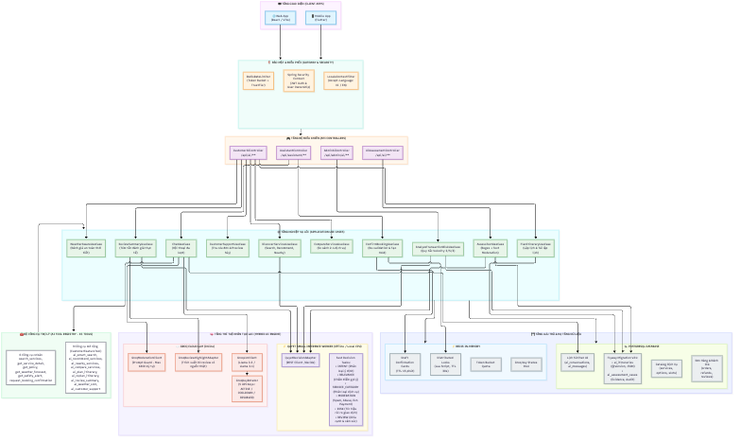
Before: docs/BE_WorkFlows/AI/AI_Hybrid_Architecture.png, a diagram exported from Mermaid (capkimkhanh2k5/PBL6_HTTT). Its source is kept beside it as docs/BE_WorkFlows/AI/codeFlows/AI_Hybrid_Architecture.mmd. Source of this version:
```mermaid
graph TB

    subgraph ClientLayer["🖥️ TẦNG GIAO DIỆN (CLIENT APPS)"]
        WebClient["🌐 Web App (React / Vite)"]
        MobileClient["📱 Mobile App (Flutter)"]
    end

    subgraph SecurityGateway["🛡️ BẢO MẬT & ĐIỀU PHỐI (GATEWAY & SECURITY)"]
        SecurityContext["Spring Security Context<br/>(JWT Auth & User Ownership)"]
        LocaleContextFilter["LocaleContextFilter<br/>(Accept-Language: VI / EN)"]
        RateLimiter["RedisRateLimiter<br/>(Token Bucket + TrustTier)"]
    end

    subgraph ControllerLayer["🎮 TẦNG BỘ ĐIỀU KHIỂN (API CONTROLLERS)"]
        AssistantCtrl["AssistantController<br/>/api/assistant/**"]
        CustomerAiCtrl["CustomerAiController<br/>/api/ai/**"]
        AssessmentCtrl["AiAssessmentController<br/>/api/ai/**"]
        AdminAiCtrl["AdminAiController<br/>/api/admin/ai/**"]
    end

    subgraph CoreApplicationLayer["⚙️ TẦNG NGHIỆP VỤ LÕI (APPLICATION USE CASES)"]
        ChatUC["ChatUseCase<br/>(Hội thoại đa lượt)"]
        DiscoveryUC["DiscoverServicesUseCase<br/>(Search, Recommend, Nearby)"]
        ItineraryUC["PlanItineraryUseCase<br/>(Lập lịch & Tái lập lịch)"]
        ComparisonUC["CompareServicesUseCase<br/>(So sánh 2-4 dịch vụ)"]
        ReviewUC["ReviewSummaryUseCase<br/>(Tóm tắt đánh giá thực tế)"]
        WeatherUC["WeatherAwareUseCase<br/>(Đánh giá an toàn thời tiết)"]
        SupportUC["CustomerSupportUseCase<br/>(Tra cứu đơn & Preview hủy)"]
        AssessTextUC["AssessTextUseCase<br/>(Regex + Text Moderation)"]
        RiskUC["AnalyzeTransactionRiskUseCase<br/>(Quy tắc Velocity 3/5/3)"]
        ConfirmBookingUC["ConfirmBookingUseCase<br/>(Re-validation & Tạo Hold)"]
    end

    subgraph ToolRegistryLayer["🧰 BỘ CÔNG CỤ TRỢ LÝ (AI TOOL REGISTRY - 15 TOOLS)"]
        LegacyTools["6 Công cụ cơ bản<br/>search_services, get_service_detail,<br/>get_policy, get_weather_forecast,<br/>get_safety_alert, request_booking_confirmation"]
        CustomerTools["9 Công cụ mở rộng (CustomerFeatureTool)<br/>ai_smart_search, ai_recommend_services,<br/>ai_nearby_services, ai_compare_services,<br/>ai_plan_itinerary, ai_replan_itinerary,<br/>ai_review_summary, ai_weather_slot,<br/>ai_customer_support"]
    end

    subgraph AiInferenceLayer["🧠 TẦNG TRÍ TUỆ NHÂN TẠO LAI (HYBRID AI ENGINE)"]
        subgraph GroqCloud["☁️ GROQ CLOUD LLM (Online)"]
            GroqClient["GroqLlmClient<br/>(Llama 3.3 / Llama 3.1)"]
            GroqRotator["GroqKeyRotator<br/>(5 API Keys: ACTIVE / COOLDOWN / DISABLED)"]
            GroqModeration["GroqModerationClient<br/>(Prompt Guard - Max 1800 ký tự)"]
            GroqHighlight["GroqReviewHighlightAdapter<br/>(Trích xuất ID review có nguồn thật)"]
        end

        subgraph QuyetLocal["⚡ QUYET SMALL INFERENCE WORKER (Offline / Local CPU)"]
            QuyetClient["QuyetDecisionAdapter<br/>(REST Client /decide)"]
            QuyetTasks["Fast Decision Tasks:<br/>• INTENT (Phân loại ý định)<br/>• RELEVANCE (Chấm điểm gợi ý)<br/>• SERVICE_CATEGORY (Phân loại dịch vụ)<br/>• MODERATION (Spam, Abuse, Ext. Payment)<br/>• RISK (Tín hiệu rủi ro giao dịch)<br/>• REVIEW (Khía cạnh & cảm xúc)"]
        end
    end

    subgraph StorageLayer["💾 TẦNG LƯU TRỮ & HẠ TẦNG DỮ LIỆU"]
        subgraph PostgreSQL["🐘 POSTGRESQL DATABASE"]
        DB_Services["Catalog Dịch Vụ<br/>(services, options, slots)"]
        DB_Orders["Đơn Hàng & Đánh Giá<br/>(orders, refunds, reviews)"]
        DB_Conversations["Lịch Sử Chat AI<br/>(ai_conversations, ai_messages)"]
        DB_V21["Flyway Migration V21:<br/>• ai_itineraries (@Version, JSON)<br/>• ai_assessment_cases (Evidence, Audit)"]
    end

        subgraph RedisCache["⚡ REDIS IN-MEMORY"]
            Redis_Rate["Token Bucket Quota"]
            Redis_Cards["Draft Confirmation Cards<br/>(TTL 15 phút)"]
            Redis_Locks["Distributed Locks<br/>(Lua Script, TTL 30s)"]
            Redis_Keys["Groq Key States Pool"]
        end
    end

    WebClient --> SecurityGateway
    MobileClient --> SecurityGateway
    SecurityGateway --> ControllerLayer

    AssistantCtrl --> ChatUC
    AssistantCtrl --> ConfirmBookingUC
    CustomerAiCtrl --> DiscoveryUC
    CustomerAiCtrl --> ItineraryUC
    CustomerAiCtrl --> ComparisonUC
    CustomerAiCtrl --> ReviewUC
    CustomerAiCtrl --> WeatherUC
    CustomerAiCtrl --> SupportUC
    AssessmentCtrl --> AssessTextUC
    AdminAiCtrl --> RiskUC

    ChatUC --> GroqModeration
    ChatUC --> GroqClient
    ChatUC --> ToolRegistryLayer
    GroqClient --> GroqRotator

    ToolRegistryLayer --> CoreApplicationLayer
    DiscoveryUC --> QuyetClient
    AssessTextUC --> QuyetClient
    RiskUC --> QuyetClient
    ReviewUC --> QuyetClient
    ReviewUC --> GroqHighlight

    CoreApplicationLayer --> PostgreSQL
    CoreApplicationLayer --> RedisCache
    ConfirmBookingUC --> Redis_Cards
    ConfirmBookingUC --> Redis_Locks
    ChatUC --> DB_Conversations
    ItineraryUC --> DB_V21
    AssessTextUC --> DB_V21
    RiskUC --> DB_V21

    classDef client fill:#e1f5fe,stroke:#0288d1,stroke-width:2px;
    classDef security fill:#fff3e0,stroke:#f57c00,stroke-width:2px;
    classDef controller fill:#f3e5f5,stroke:#7b1fa2,stroke-width:2px;
    classDef core fill:#e8f5e9,stroke:#388e3c,stroke-width:2px;
    classDef groq fill:#fbe9e7,stroke:#d84315,stroke-width:2px;
    classDef quyet fill:#ede7f6,stroke:#512da8,stroke-width:2px;
    classDef storage fill:#eceff1,stroke:#455a64,stroke-width:2px;

    class WebClient,MobileClient client;
    class SecurityContext,LocaleContextFilter,RateLimiter security;
    class AssistantCtrl,CustomerAiCtrl,AssessmentCtrl,AdminAiCtrl controller;
    class ChatUC,DiscoveryUC,ItineraryUC,ComparisonUC,ReviewUC,WeatherUC,SupportUC,AssessTextUC,RiskUC,ConfirmBookingUC core;
    class GroqClient,GroqRotator,GroqModeration,GroqHighlight groq;
    class QuyetClient,QuyetTasks quyet;
    class DB_Services,DB_Orders,DB_Conversations,DB_V21,Redis_Rate,Redis_Cards,Redis_Locks,Redis_Keys storage;
```
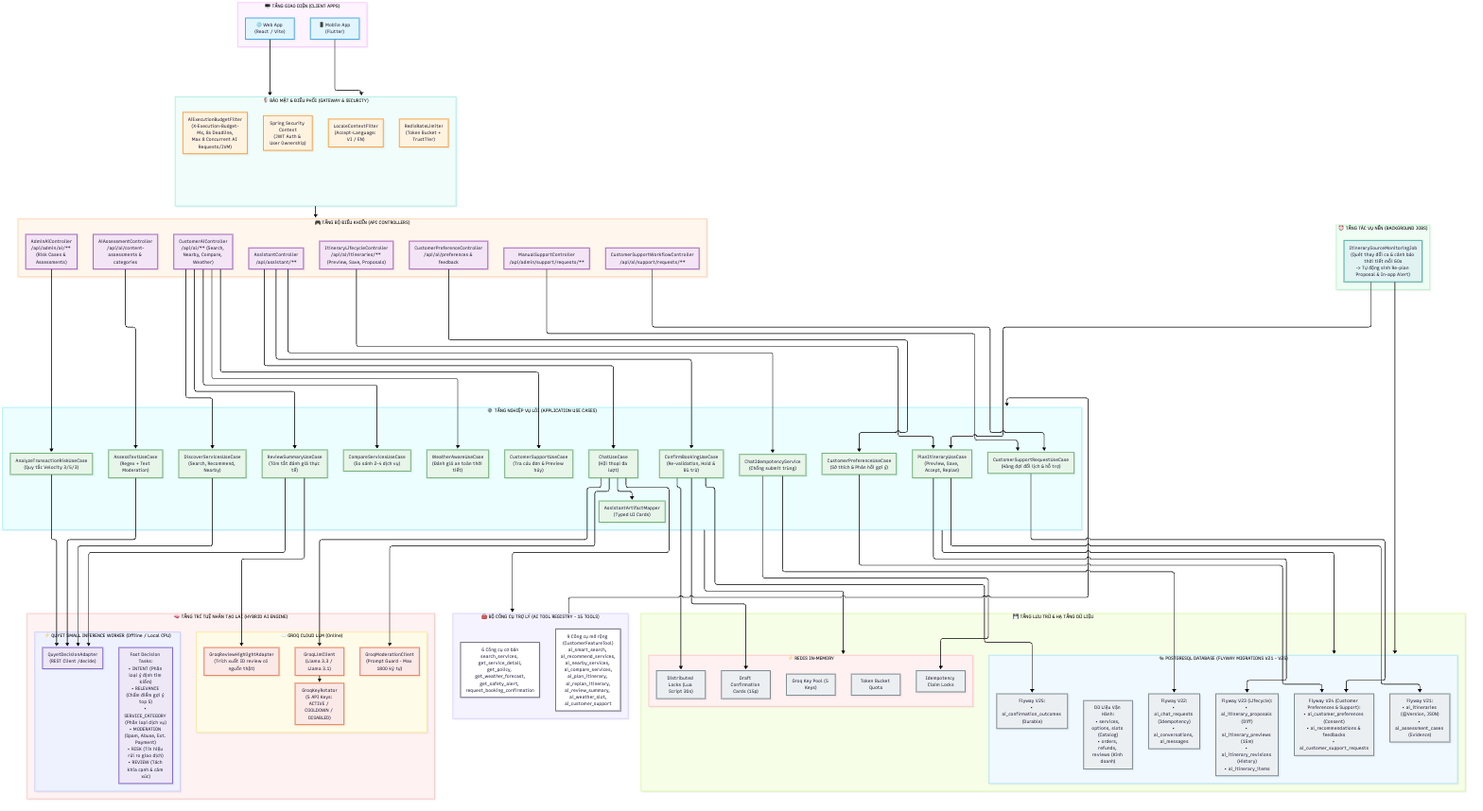
After the change.

Change to the diagram source:
```diff
@@ -7,28 +7,41 @@
 
     subgraph SecurityGateway["🛡️ BẢO MẬT & ĐIỀU PHỐI (GATEWAY & SECURITY)"]
         SecurityContext["Spring Security Context<br/>(JWT Auth & User Ownership)"]
-        LocaleContextFilter["LocaleContextFilter<br/>(Accept-Language: VI / EN)"]
+        LocaleFilter["LocaleContextFilter<br/>(Accept-Language: VI / EN)"]
+        BudgetFilter["AiExecutionBudgetFilter<br/>(X-Execution-Budget-Ms, 8s Deadline,<br/>Max 8 Concurrent AI Requests/JVM)"]
         RateLimiter["RedisRateLimiter<br/>(Token Bucket + TrustTier)"]
     end
 
     subgraph ControllerLayer["🎮 TẦNG BỘ ĐIỀU KHIỂN (API CONTROLLERS)"]
         AssistantCtrl["AssistantController<br/>/api/assistant/**"]
-        CustomerAiCtrl["CustomerAiController<br/>/api/ai/**"]
-        AssessmentCtrl["AiAssessmentController<br/>/api/ai/**"]
-        AdminAiCtrl["AdminAiController<br/>/api/admin/ai/**"]
+        CustomerAiCtrl["CustomerAiController<br/>/api/ai/** (Search, Nearby, Compare, Weather)"]
+        ItineraryCtrl["ItineraryLifecycleController<br/>/api/ai/itineraries/** (Preview, Save, Proposals)"]
+        PrefCtrl["CustomerPreferenceController<br/>/api/ai/preferences & feedback"]
+        SupportWorkflowCtrl["CustomerSupportWorkflowController<br/>/api/ai/support/requests/**"]
+        AssessmentCtrl["AiAssessmentController<br/>/api/ai/content-assessments & categories"]
+        AdminAiCtrl["AdminAiController<br/>/api/admin/ai/** (Risk Cases & Assessments)"]
+        ManualSupportCtrl["ManualSupportController<br/>/api/admin/support/requests/**"]
     end
 
     subgraph CoreApplicationLayer["⚙️ TẦNG NGHIỆP VỤ LÕI (APPLICATION USE CASES)"]
         ChatUC["ChatUseCase<br/>(Hội thoại đa lượt)"]
+        IdemService["ChatIdempotencyService<br/>(Chống submit trùng)"]
+        ArtifactMapper["AssistantArtifactMapper<br/>(Typed UI Cards)"]
         DiscoveryUC["DiscoverServicesUseCase<br/>(Search, Recommend, Nearby)"]
-        ItineraryUC["PlanItineraryUseCase<br/>(Lập lịch & Tái lập lịch)"]
+        ItineraryUC["PlanItineraryUseCase<br/>(Preview, Save, Accept, Replan)"]
         ComparisonUC["CompareServicesUseCase<br/>(So sánh 2-4 dịch vụ)"]
         ReviewUC["ReviewSummaryUseCase<br/>(Tóm tắt đánh giá thực tế)"]
         WeatherUC["WeatherAwareUseCase<br/>(Đánh giá an toàn thời tiết)"]
         SupportUC["CustomerSupportUseCase<br/>(Tra cứu đơn & Preview hủy)"]
+        SupportRequestUC["CustomerSupportRequestUseCase<br/>(Hàng đợi đổi lịch & hỗ trợ)"]
+        PrefUC["CustomerPreferenceUseCase<br/>(Sở thích & Phản hồi gợi ý)"]
         AssessTextUC["AssessTextUseCase<br/>(Regex + Text Moderation)"]
         RiskUC["AnalyzeTransactionRiskUseCase<br/>(Quy tắc Velocity 3/5/3)"]
-        ConfirmBookingUC["ConfirmBookingUseCase<br/>(Re-validation & Tạo Hold)"]
+        ConfirmBookingUC["ConfirmBookingUseCase<br/>(Re-validation, Hold & Bù trừ)"]
+    end
+
+    subgraph BackgroundJobsLayer["⏰ TẦNG TÁC VỤ NỀN (BACKGROUND JOBS)"]
+        MonitoringJob["ItinerarySourceMonitoringJob<br/>(Quét thay đổi ca & cảnh báo thời tiết mỗi 60s<br/>-> Tự động sinh Re-plan Proposal & In-app Alert)"]
     end
 
     subgraph ToolRegistryLayer["🧰 BỘ CÔNG CỤ TRỢ LÝ (AI TOOL REGISTRY - 15 TOOLS)"]
@@ -46,23 +59,26 @@
 
         subgraph QuyetLocal["⚡ QUYET SMALL INFERENCE WORKER (Offline / Local CPU)"]
             QuyetClient["QuyetDecisionAdapter<br/>(REST Client /decide)"]
-            QuyetTasks["Fast Decision Tasks:<br/>• INTENT (Phân loại ý định)<br/>• RELEVANCE (Chấm điểm gợi ý)<br/>• SERVICE_CATEGORY (Phân loại dịch vụ)<br/>• MODERATION (Spam, Abuse, Ext. Payment)<br/>• RISK (Tín hiệu rủi ro giao dịch)<br/>• REVIEW (Khía cạnh & cảm xúc)"]
+            QuyetTasks["Fast Decision Tasks:<br/>• INTENT (Phân loại ý định tìm kiếm)<br/>• RELEVANCE (Chấm điểm gợi ý top 5)<br/>• SERVICE_CATEGORY (Phân loại dịch vụ)<br/>• MODERATION (Spam, Abuse, Ext. Payment)<br/>• RISK (Tín hiệu rủi ro giao dịch)<br/>• REVIEW (Tách khía cạnh & cảm xúc)"]
         end
     end
 
     subgraph StorageLayer["💾 TẦNG LƯU TRỮ & HẠ TẦNG DỮ LIỆU"]
-        subgraph PostgreSQL["🐘 POSTGRESQL DATABASE"]
-        DB_Services["Catalog Dịch Vụ<br/>(services, options, slots)"]
-        DB_Orders["Đơn Hàng & Đánh Giá<br/>(orders, refunds, reviews)"]
-        DB_Conversations["Lịch Sử Chat AI<br/>(ai_conversations, ai_messages)"]
-        DB_V21["Flyway Migration V21:<br/>• ai_itineraries (@Version, JSON)<br/>• ai_assessment_cases (Evidence, Audit)"]
-    end
+        subgraph PostgreSQL["🐘 POSTGRESQL DATABASE (FLYWAY MIGRATIONS V21 - V25)"]
+            DB_Core["Dữ Liệu Vận Hành:<br/>• services, options, slots (Catalog)<br/>• orders, refunds, reviews (Kinh doanh)"]
+            DB_V21["Flyway V21:<br/>• ai_itineraries (@Version, JSON)<br/>• ai_assessment_cases (Evidence)"]
+            DB_V22["Flyway V22:<br/>• ai_chat_requests (Idempotency)<br/>• ai_conversations, ai_messages"]
+            DB_V23["Flyway V23 (Lifecycle):<br/>• ai_itinerary_proposals (Diff)<br/>• ai_itinerary_previews (15m)<br/>• ai_itinerary_revisions (History)<br/>• ai_itinerary_items"]
+            DB_V24["Flyway V24 (Customer Preferences & Support):<br/>• ai_customer_preferences (Consent)<br/>• ai_recommendations & feedbacks<br/>• ai_customer_support_requests"]
+            DB_V25["Flyway V25:<br/>• ai_confirmation_outcomes (Durable)"]
+        end
 
         subgraph RedisCache["⚡ REDIS IN-MEMORY"]
             Redis_Rate["Token Bucket Quota"]
-            Redis_Cards["Draft Confirmation Cards<br/>(TTL 15 phút)"]
-            Redis_Locks["Distributed Locks<br/>(Lua Script, TTL 30s)"]
-            Redis_Keys["Groq Key States Pool"]
+            Redis_Cards["Draft Confirmation Cards (15p)"]
+            Redis_Locks["Distributed Locks (Lua Script 30s)"]
+            Redis_Keys["Groq Key Pool (5 Keys)"]
+            Redis_Idem["Idempotency Claim Locks"]
         end
     end
 
@@ -70,20 +86,25 @@
     MobileClient --> SecurityGateway
     SecurityGateway --> ControllerLayer
 
+    AssistantCtrl --> IdemService
     AssistantCtrl --> ChatUC
     AssistantCtrl --> ConfirmBookingUC
     CustomerAiCtrl --> DiscoveryUC
-    CustomerAiCtrl --> ItineraryUC
     CustomerAiCtrl --> ComparisonUC
     CustomerAiCtrl --> ReviewUC
     CustomerAiCtrl --> WeatherUC
     CustomerAiCtrl --> SupportUC
+    ItineraryCtrl --> ItineraryUC
+    PrefCtrl --> PrefUC
+    SupportWorkflowCtrl --> SupportRequestUC
     AssessmentCtrl --> AssessTextUC
     AdminAiCtrl --> RiskUC
+    ManualSupportCtrl --> SupportRequestUC
 
     ChatUC --> GroqModeration
     ChatUC --> GroqClient
     ChatUC --> ToolRegistryLayer
+    ChatUC --> ArtifactMapper
     GroqClient --> GroqRotator
 
     ToolRegistryLayer --> CoreApplicationLayer
@@ -93,27 +114,35 @@
     ReviewUC --> QuyetClient
     ReviewUC --> GroqHighlight
 
+    MonitoringJob --> ItineraryUC
+    MonitoringJob --> PostgreSQL
+
     CoreApplicationLayer --> PostgreSQL
     CoreApplicationLayer --> RedisCache
+    ConfirmBookingUC --> DB_V25
     ConfirmBookingUC --> Redis_Cards
     ConfirmBookingUC --> Redis_Locks
-    ChatUC --> DB_Conversations
     ItineraryUC --> DB_V21
-    AssessTextUC --> DB_V21
-    RiskUC --> DB_V21
+    ItineraryUC --> DB_V23
+    PrefUC --> DB_V24
+    SupportRequestUC --> DB_V24
+    IdemService --> DB_V22
+    IdemService --> Redis_Idem
 
     classDef client fill:#e1f5fe,stroke:#0288d1,stroke-width:2px;
     classDef security fill:#fff3e0,stroke:#f57c00,stroke-width:2px;
     classDef controller fill:#f3e5f5,stroke:#7b1fa2,stroke-width:2px;
     classDef core fill:#e8f5e9,stroke:#388e3c,stroke-width:2px;
+    classDef jobs fill:#e0f2f1,stroke:#00897b,stroke-width:2px;
     classDef groq fill:#fbe9e7,stroke:#d84315,stroke-width:2px;
     classDef quyet fill:#ede7f6,stroke:#512da8,stroke-width:2px;
     classDef storage fill:#eceff1,stroke:#455a64,stroke-width:2px;
 
     class WebClient,MobileClient client;
-    class SecurityContext,LocaleContextFilter,RateLimiter security;
-    class AssistantCtrl,CustomerAiCtrl,AssessmentCtrl,AdminAiCtrl controller;
-    class ChatUC,DiscoveryUC,ItineraryUC,ComparisonUC,ReviewUC,WeatherUC,SupportUC,AssessTextUC,RiskUC,ConfirmBookingUC core;
+    class SecurityContext,LocaleFilter,BudgetFilter,RateLimiter security;
+    class AssistantCtrl,CustomerAiCtrl,ItineraryCtrl,PrefCtrl,SupportWorkflowCtrl,AssessmentCtrl,AdminAiCtrl,ManualSupportCtrl controller;
+    class ChatUC,IdemService,ArtifactMapper,DiscoveryUC,ItineraryUC,ComparisonUC,ReviewUC,WeatherUC,SupportUC,SupportRequestUC,PrefUC,AssessTextUC,RiskUC,ConfirmBookingUC core;
+    class MonitoringJob jobs;
     class GroqClient,GroqRotator,GroqModeration,GroqHighlight groq;
     class QuyetClient,QuyetTasks quyet;
-    class DB_Services,DB_Orders,DB_Conversations,DB_V21,Redis_Rate,Redis_Cards,Redis_Locks,Redis_Keys storage;
+    class DB_Core,DB_V21,DB_V22,DB_V23,DB_V24,DB_V25,Redis_Rate,Redis_Cards,Redis_Locks,Redis_Keys,Redis_Idem storage;
```
